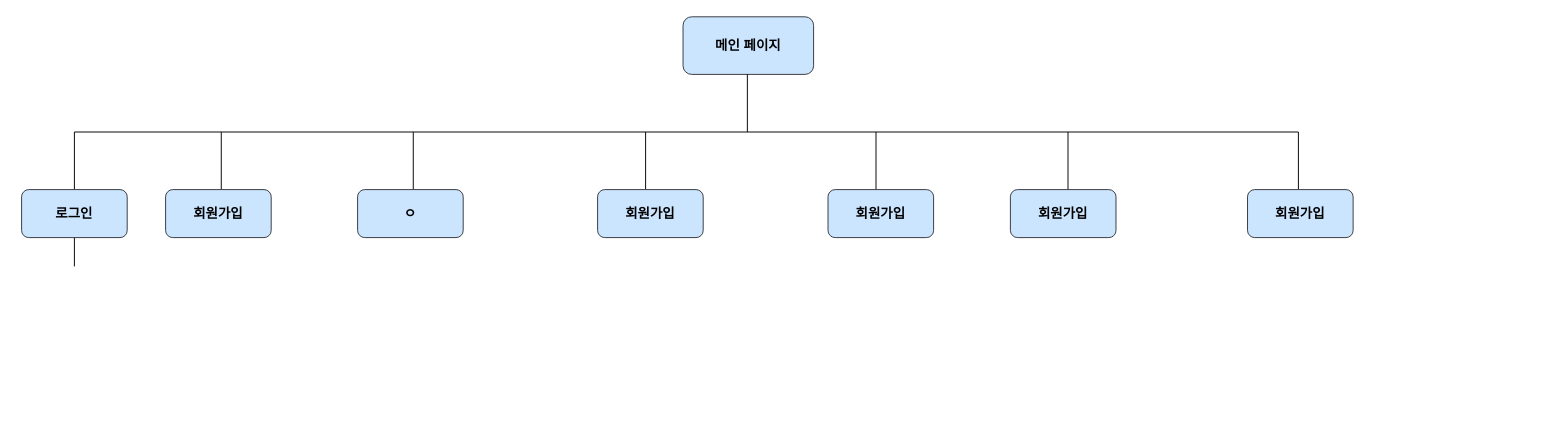
The draw.io diagram Flowchart.drawio in wjdwodhs/Flowchart, before the edit. Source tidied: cells renumbered, new cells numbered last; positions are measured from the earlier drawing's top-left corner, leaving out a move shared by most shapes. Both pictures are drawn from the tidied source at 96%, with x=0, y=0 at pixel (21, 16).
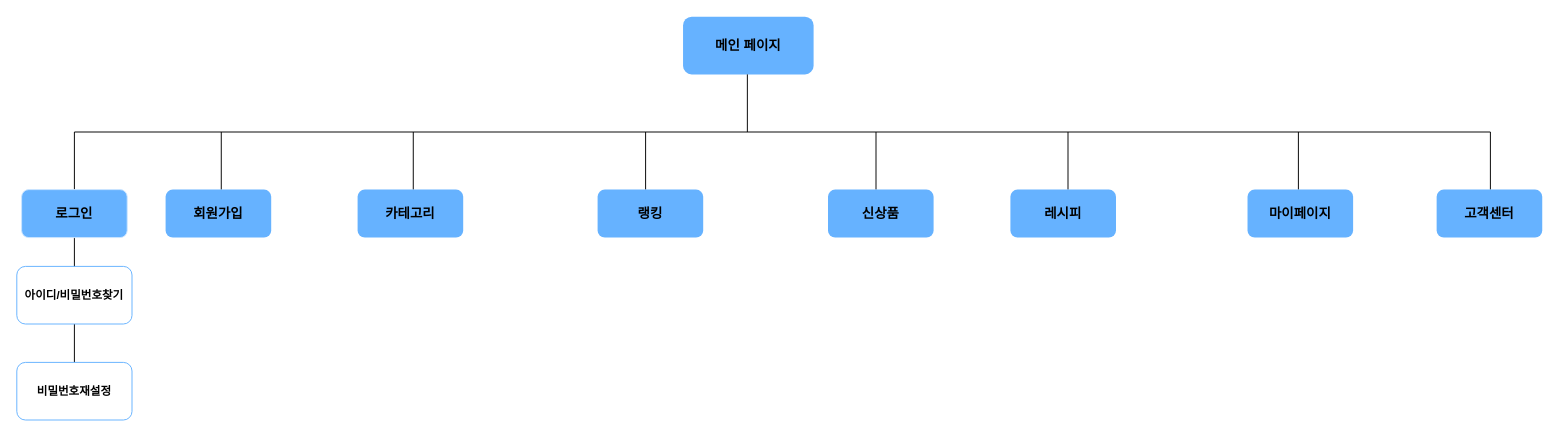
The same diagram, later.

The edit, as a diff of the source:
```diff
@@
-    <mxCell id="2" value="&lt;h3&gt;&lt;font style=&quot;font-size: 14px;&quot;&gt;메인 페이지&lt;/font&gt;&lt;/h3&gt;" style="rounded=1;whiteSpace=wrap;html=1;fillColor=#cce5ff;strokeColor=#36393d;" parent="1" vertex="1">
+    <mxCell id="2" value="&lt;h3&gt;&lt;font style=&quot;font-size: 14px;&quot;&gt;메인 페이지&lt;/font&gt;&lt;/h3&gt;" style="rounded=1;whiteSpace=wrap;html=1;fillColor=#66B2FF;strokeColor=none;" parent="1" vertex="1">
       <mxGeometry x="689" width="136" height="60" as="geometry" />
     </mxCell>
     <mxCell id="3" style="endArrow=none;html=1;rounded=0;" parent="1" edge="1">
       <mxGeometry relative="1" as="geometry">
         <mxPoint x="55" y="120" as="sourcePoint" />
-        <mxPoint x="1330" y="120" as="targetPoint" />
+        <mxPoint x="1530" y="120" as="targetPoint" />
       </mxGeometry>
     </mxCell>
@@
     <mxCell id="5" style="endArrow=none;html=1;rounded=0;" parent="1" edge="1">
       <mxGeometry relative="1" as="geometry">
-        <mxPoint x="55" y="260" as="sourcePoint" />
+        <mxPoint x="55" y="360" as="sourcePoint" />
         <mxPoint x="55" y="120" as="targetPoint" />
       </mxGeometry>
     </mxCell>
@@
-    <mxCell id="10" value="&lt;h3&gt;&lt;font style=&quot;font-size: 14px;&quot;&gt;로그인&lt;/font&gt;&lt;/h3&gt;" style="rounded=1;whiteSpace=wrap;html=1;fillColor=#cce5ff;strokeColor=#36393d;" parent="1" vertex="1">
+    <mxCell id="10" value="&lt;h3&gt;&lt;font style=&quot;font-size: 14px;&quot;&gt;로그인&lt;/font&gt;&lt;/h3&gt;" style="rounded=1;whiteSpace=wrap;html=1;fillColor=#66B2FF;strokeColor=#CCE5FF;" parent="1" vertex="1">
       <mxGeometry y="180" width="110" height="50" as="geometry" />
     </mxCell>
-    <mxCell id="11" value="&lt;h3&gt;&lt;font style=&quot;font-size: 14px;&quot;&gt;회원가입&lt;/font&gt;&lt;/h3&gt;" style="rounded=1;whiteSpace=wrap;html=1;fillColor=#cce5ff;strokeColor=#36393d;" parent="1" vertex="1">
+    <mxCell id="11" value="&lt;h3&gt;&lt;font style=&quot;font-size: 14px;&quot;&gt;회원가입&lt;/font&gt;&lt;/h3&gt;" style="rounded=1;whiteSpace=wrap;html=1;fillColor=#66B2FF;strokeColor=none;" parent="1" vertex="1">
       <mxGeometry x="150" y="180" width="110" height="50" as="geometry" />
     </mxCell>
-    <mxCell id="12" value="&lt;h3&gt;&lt;font style=&quot;font-size: 14px;&quot;&gt;ㅇ&lt;/font&gt;&lt;/h3&gt;" style="rounded=1;whiteSpace=wrap;html=1;fillColor=#cce5ff;strokeColor=#36393d;" parent="1" vertex="1">
+    <mxCell id="12" value="&lt;h3&gt;&lt;span style=&quot;font-size: 14px;&quot;&gt;카테고리&lt;/span&gt;&lt;/h3&gt;" style="rounded=1;whiteSpace=wrap;html=1;fillColor=#66B2FF;strokeColor=none;" parent="1" vertex="1">
       <mxGeometry x="350" y="180" width="110" height="50" as="geometry" />
     </mxCell>
-    <mxCell id="13" value="&lt;h3&gt;&lt;font style=&quot;font-size: 14px;&quot;&gt;회원가입&lt;/font&gt;&lt;/h3&gt;" style="rounded=1;whiteSpace=wrap;html=1;fillColor=#cce5ff;strokeColor=#36393d;" parent="1" vertex="1">
+    <mxCell id="13" value="&lt;h3&gt;&lt;span style=&quot;font-size: 14px;&quot;&gt;랭킹&lt;/span&gt;&lt;/h3&gt;" style="rounded=1;whiteSpace=wrap;html=1;fillColor=#66B2FF;strokeColor=none;" parent="1" vertex="1">
       <mxGeometry x="600" y="180" width="110" height="50" as="geometry" />
     </mxCell>
-    <mxCell id="14" value="&lt;h3&gt;&lt;font style=&quot;font-size: 14px;&quot;&gt;회원가입&lt;/font&gt;&lt;/h3&gt;" style="rounded=1;whiteSpace=wrap;html=1;fillColor=#cce5ff;strokeColor=#36393d;" parent="1" vertex="1">
+    <mxCell id="14" value="&lt;h3&gt;&lt;font style=&quot;font-size: 14px;&quot;&gt;신상품&lt;/font&gt;&lt;/h3&gt;" style="rounded=1;whiteSpace=wrap;html=1;fillColor=#66B2FF;strokeColor=none;" parent="1" vertex="1">
       <mxGeometry x="840" y="180" width="110" height="50" as="geometry" />
     </mxCell>
@@
-    <mxCell id="16" value="&lt;h3&gt;&lt;font style=&quot;font-size: 14px;&quot;&gt;회원가입&lt;/font&gt;&lt;/h3&gt;" style="rounded=1;whiteSpace=wrap;html=1;fillColor=#cce5ff;strokeColor=#36393d;" parent="1" vertex="1">
+    <mxCell id="16" value="&lt;h3&gt;&lt;font style=&quot;font-size: 14px;&quot;&gt;레시피&lt;/font&gt;&lt;/h3&gt;" style="rounded=1;whiteSpace=wrap;html=1;fillColor=#66B2FF;strokeColor=none;" parent="1" vertex="1">
       <mxGeometry x="1030" y="180" width="110" height="50" as="geometry" />
     </mxCell>
@@
-    <mxCell id="18" value="&lt;h3&gt;&lt;font style=&quot;font-size: 14px;&quot;&gt;회원가입&lt;/font&gt;&lt;/h3&gt;" style="rounded=1;whiteSpace=wrap;html=1;fillColor=#cce5ff;strokeColor=#36393d;" parent="1" vertex="1">
+    <mxCell id="18" value="&lt;h3&gt;&lt;font style=&quot;font-size: 14px;&quot;&gt;마이페이지&lt;/font&gt;&lt;/h3&gt;" style="rounded=1;whiteSpace=wrap;html=1;fillColor=#66B2FF;strokeColor=none;" parent="1" vertex="1">
       <mxGeometry x="1277" y="180" width="110" height="50" as="geometry" />
     </mxCell>
+    <mxCell id="19" value="&lt;font style=&quot;font-size: 12px;&quot;&gt;&lt;b&gt;아이디/비밀번호찾기&lt;/b&gt;&lt;/font&gt;" style="rounded=1;whiteSpace=wrap;html=1;strokeColor=#66B2FF;" parent="1" vertex="1">
+      <mxGeometry x="-5" y="260" width="120" height="60" as="geometry" />
+    </mxCell>
+    <mxCell id="20" value="&lt;b&gt;비밀번호재설정&lt;/b&gt;" style="rounded=1;whiteSpace=wrap;html=1;strokeColor=#66B2FF;" parent="1" vertex="1">
+      <mxGeometry x="-5" y="360" width="120" height="60" as="geometry" />
+    </mxCell>
+    <mxCell id="21" style="endArrow=none;html=1;rounded=0;" parent="1" edge="1">
+      <mxGeometry relative="1" as="geometry">
+        <mxPoint x="1530" y="180" as="sourcePoint" />
+        <mxPoint x="1530" y="120" as="targetPoint" />
+      </mxGeometry>
+    </mxCell>
+    <mxCell id="22" value="&lt;h3&gt;&lt;font style=&quot;font-size: 14px;&quot;&gt;고객센터&lt;/font&gt;&lt;/h3&gt;" style="rounded=1;whiteSpace=wrap;html=1;fillColor=#66B2FF;strokeColor=none;" parent="1" vertex="1">
+      <mxGeometry x="1474" y="180" width="110" height="50" as="geometry" />
+    </mxCell>
```
